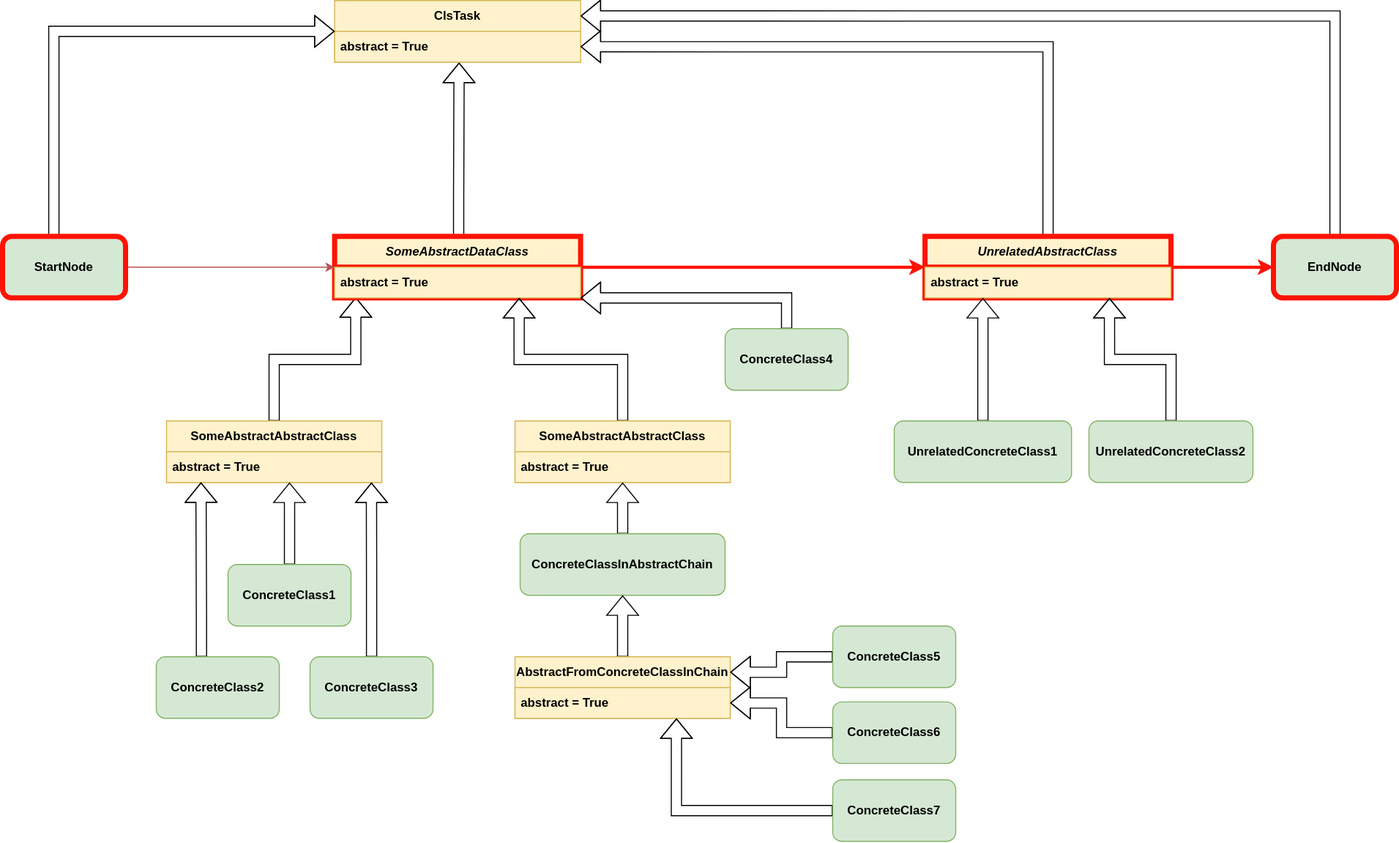
Earlier version of the draw.io export vehicle_routing_example/pipeline_filter_repository_example.svg (cls-python/cls-luigi). Source tidied: cells renumbered, new cells last; positions are measured from the earlier drawing's top-left corner, leaving out a move shared by most shapes.
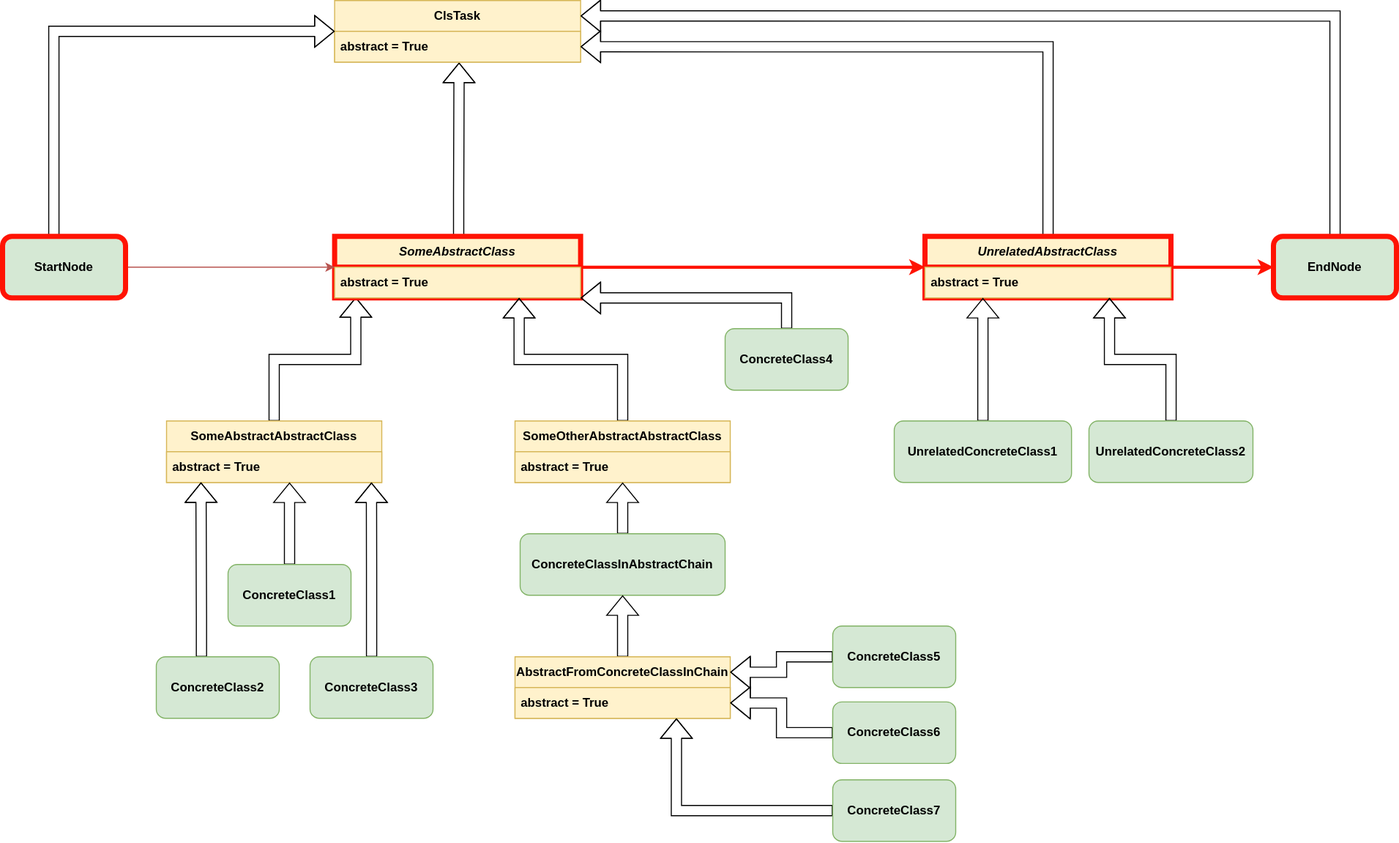
After the change.

Commit message:
fixes type of class in example svg

The edit, as a diff of the source:
```diff
@@ -47,7 +47,7 @@
         </Array>
       </mxGeometry>
     </mxCell>
-    <mxCell id="13" value="&lt;i&gt;SomeAbstractDataClass&lt;br&gt;&lt;/i&gt;" style="swimlane;fontStyle=1;horizontal=1;startSize=30;whiteSpace=wrap;html=1;fillColor=#fff2cc;strokeColor=#FF1303;strokeWidth=5;perimeterSpacing=0;" parent="1" vertex="1">
+    <mxCell id="13" value="&lt;i&gt;SomeAbstractClass&lt;br&gt;&lt;/i&gt;" style="swimlane;fontStyle=1;horizontal=1;startSize=30;whiteSpace=wrap;html=1;fillColor=#fff2cc;strokeColor=#FF1303;strokeWidth=5;perimeterSpacing=0;" parent="1" vertex="1">
       <mxGeometry x="324" y="230" width="240" height="60" as="geometry" />
     </mxCell>
     <mxCell id="14" value="abstract = True" style="text;strokeColor=#d6b656;fillColor=#fff2cc;align=left;verticalAlign=middle;spacingLeft=4;spacingRight=4;overflow=hidden;points=[[0,0.5],[1,0.5]];portConstraint=eastwest;whiteSpace=wrap;html=1;fontStyle=1;" parent="13" vertex="1">
@@ -121,7 +121,7 @@
     <mxCell id="32" style="edgeStyle=orthogonalEdgeStyle;shape=flexArrow;rounded=0;sketch=0;hachureGap=4;jiggle=2;curveFitting=1;jettySize=auto;html=1;entryX=0.75;entryY=1;entryDx=0;entryDy=0;fontFamily=Architects Daughter;fontSource=https%3A%2F%2Ffonts.googleapis.com%2Fcss%3Ffamily%3DArchitects%2BDaughter;fontSize=16;" parent="1" edge="1" source="33" target="13">
       <mxGeometry relative="1" as="geometry" />
     </mxCell>
-    <mxCell id="33" value="SomeAbstractAbstractClass" style="swimlane;fontStyle=1;horizontal=1;startSize=30;whiteSpace=wrap;html=1;fillColor=#fff2cc;strokeColor=#d6b656;" parent="1" vertex="1">
+    <mxCell id="33" value="SomeOtherAbstractAbstractClass" style="swimlane;fontStyle=1;horizontal=1;startSize=30;whiteSpace=wrap;html=1;fillColor=#fff2cc;strokeColor=#d6b656;" parent="1" vertex="1">
       <mxGeometry x="500" y="410" width="210" height="60" as="geometry" />
     </mxCell>
     <mxCell id="34" value="abstract = True" style="text;strokeColor=#d6b656;fillColor=#fff2cc;align=left;verticalAlign=middle;spacingLeft=4;spacingRight=4;overflow=hidden;whiteSpace=wrap;html=1;fontStyle=1;" parent="33" vertex="1">
```
